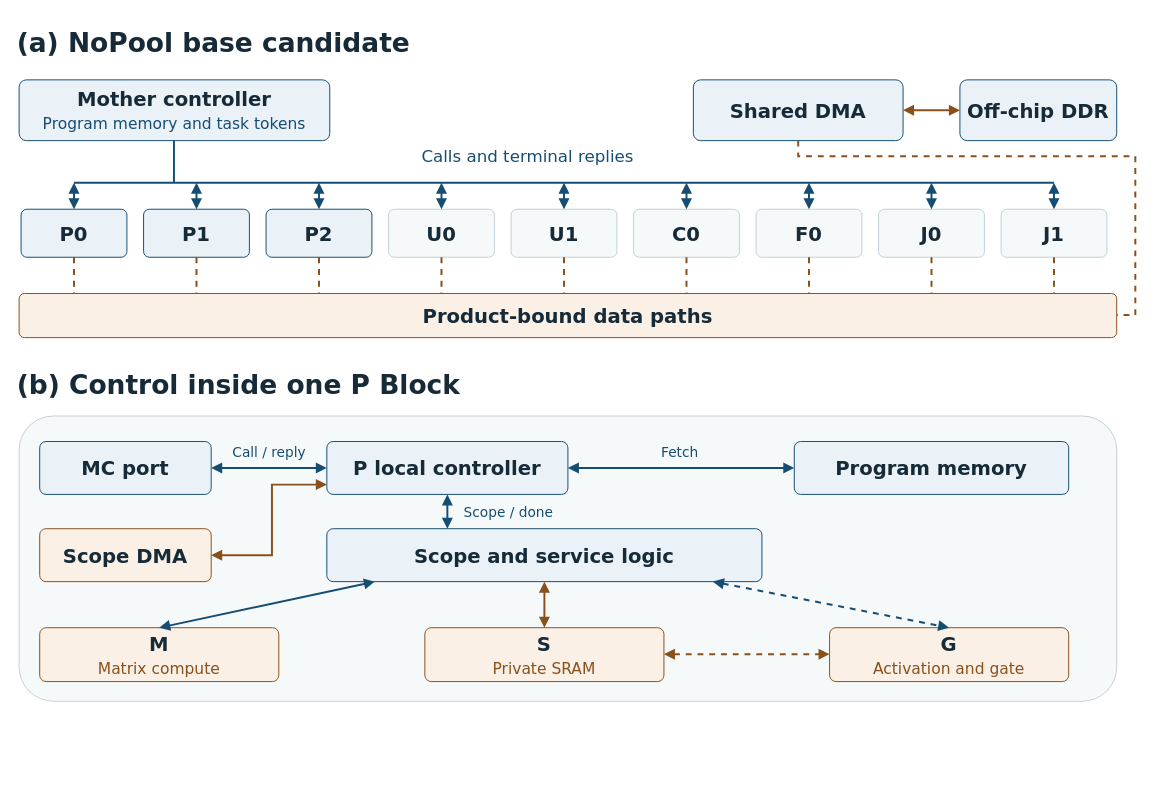
Earlier version of the draw.io diagram page "1 - Base and P control" (1 of 2) of docs/papers/dac-control/control-figures.drawio (rayggxia-workspace/LLMHardwareDesign). Source tidied: cells renumbered, new cells numbered last; positions are measured from the earlier drawing's top-left corner, leaving out a move shared by most shapes. Both pictures are drawn from the tidied source at 98%, with x=0, y=0 at pixel (17, 17).
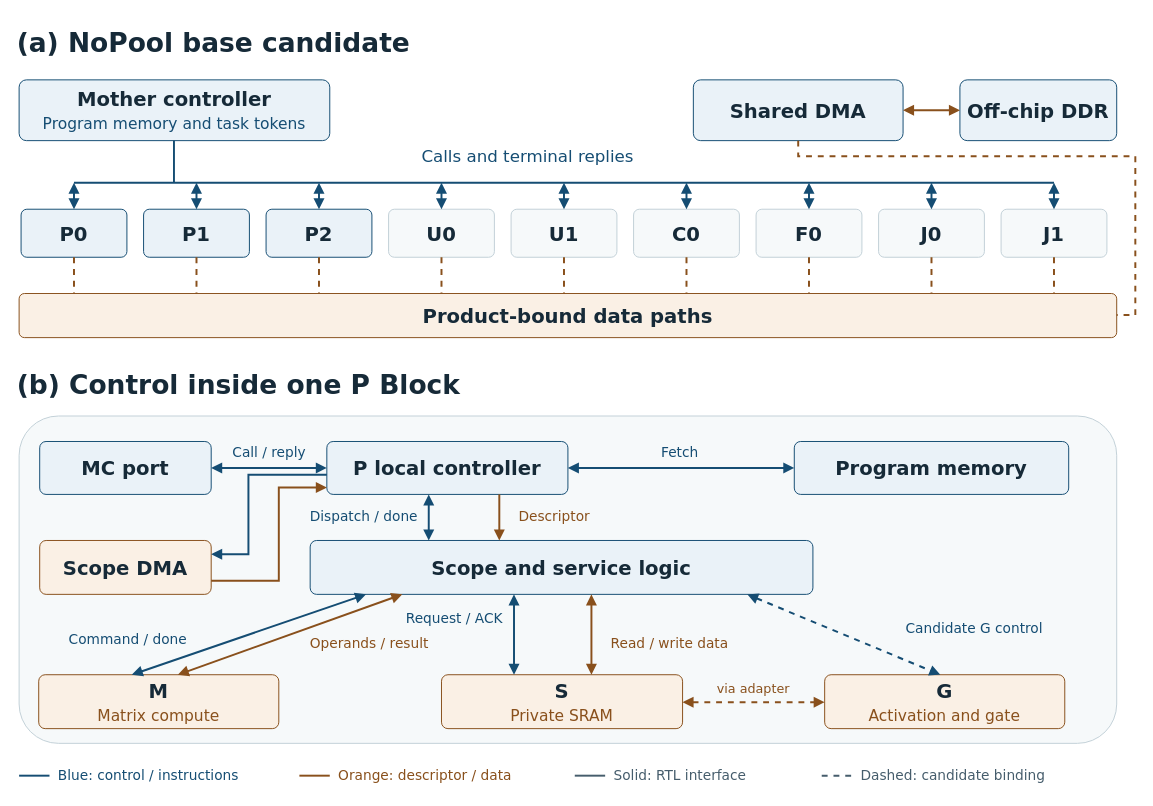
Above is the later version.

Commit message (it also covers changes not shown here):
Clarify control diagram links and compare U FMA mappings

Unchanged cells that the change refers to:
```xml
<mxCell id="42" value="&lt;b&gt;P local controller&lt;/b&gt;" style="rounded=1;arcSize=12;whiteSpace=wrap;html=1;align=center;verticalAlign=middle;strokeColor=#154D73;fillColor=#EAF2F8;fontColor=#162A38;fontFamily=DejaVu Sans;fontSize=20;spacing=0;" parent="1" vertex="1">
  <mxGeometry x="316" y="433" width="246" height="54" as="geometry" />
</mxCell>
```

Change to the diagram source:
```diff
@@
     <mxCell id="40" value="&lt;b&gt;&lt;/b&gt;" style="rounded=1;arcSize=12;whiteSpace=wrap;html=1;align=center;verticalAlign=middle;strokeColor=#C2D0D8;fillColor=#F6F9FA;fontColor=#162A38;fontFamily=DejaVu Sans;fontSize=20;spacing=0;" parent="1" vertex="1">
-      <mxGeometry x="2" y="407" width="1120" height="291" as="geometry" />
+      <mxGeometry x="2" y="407" width="1120" height="334" as="geometry" />
     </mxCell>
@@
     <mxCell id="48" value="&lt;b&gt;Scope DMA&lt;/b&gt;" style="rounded=1;arcSize=12;whiteSpace=wrap;html=1;align=center;verticalAlign=middle;strokeColor=#89501C;fillColor=#FAF0E5;fontColor=#162A38;fontFamily=DejaVu Sans;fontSize=20;spacing=0;" parent="1" vertex="1">
-      <mxGeometry x="23" y="522" width="175" height="54" as="geometry" />
+      <mxGeometry x="23" y="534" width="175" height="55" as="geometry" />
     </mxCell>
+    <mxCell id="60" style="edgeStyle=none;rounded=0;html=1;strokeColor=#154D73;strokeWidth=2;dashed=0;startArrow=none;endArrow=block;exitX=0;exitY=0.62963;exitPerimeter=0;entryX=1;entryY=0.254545;entryPerimeter=0;" parent="1" edge="1" source="42" target="48">
+      <mxGeometry relative="1" as="geometry">
+        <Array as="points">
+          <mxPoint x="236" y="467" />
+          <mxPoint x="236" y="548" />
+        </Array>
+      </mxGeometry>
+    </mxCell>
-    <mxCell id="49" style="edgeStyle=none;rounded=0;html=1;strokeColor=#89501C;strokeWidth=2;dashed=0;startArrow=block;endArrow=block;exitX=1;exitY=0.5;exitPerimeter=0;entryX=0;entryY=0.814815;entryPerimeter=0;" parent="1" edge="1" source="48" target="42">
+    <mxCell id="49" style="edgeStyle=none;rounded=0;html=1;strokeColor=#89501C;strokeWidth=2;dashed=0;startArrow=none;endArrow=block;exitX=1;exitY=0.745455;exitPerimeter=0;entryX=0;entryY=0.87037;entryPerimeter=0;" parent="1" edge="1" source="48" target="42">
       <mxGeometry relative="1" as="geometry">
         <Array as="points">
-          <mxPoint x="260" y="549" />
-          <mxPoint x="260" y="477" />
+          <mxPoint x="267" y="575" />
+          <mxPoint x="267" y="480" />
         </Array>
       </mxGeometry>
     </mxCell>
     <mxCell id="50" value="&lt;b&gt;Scope and service logic&lt;/b&gt;" style="rounded=1;arcSize=12;whiteSpace=wrap;html=1;align=center;verticalAlign=middle;strokeColor=#154D73;fillColor=#EAF2F8;fontColor=#162A38;fontFamily=DejaVu Sans;fontSize=20;spacing=0;" parent="1" vertex="1">
-      <mxGeometry x="316" y="522" width="444" height="54" as="geometry" />
+      <mxGeometry x="299" y="534" width="513" height="55" as="geometry" />
     </mxCell>
-    <mxCell id="51" style="edgeStyle=none;rounded=0;html=1;strokeColor=#154D73;strokeWidth=2;dashed=0;startArrow=block;endArrow=block;exitX=0.5;exitY=1;exitPerimeter=0;entryX=0.277027;entryY=0;entryPerimeter=0;" parent="1" edge="1" source="42" target="50">
+    <mxCell id="51" style="edgeStyle=none;rounded=0;html=1;strokeColor=#154D73;strokeWidth=2;dashed=0;startArrow=block;endArrow=block;exitX=0.422764;exitY=1;exitPerimeter=0;entryX=0.235867;entryY=0;entryPerimeter=0;" parent="1" edge="1" source="42" target="50">
       <mxGeometry relative="1" as="geometry" />
     </mxCell>
-    <mxCell id="52" value="Scope / done" style="text;html=1;align=left;verticalAlign=middle;spacing=0;overflow=visible;fontFamily=DejaVu Sans;fontSize=14;fontColor=#154D73;fontStyle=0;" parent="1" vertex="1">
-      <mxGeometry x="456" y="492" width="125" height="28" as="geometry" />
+    <mxCell id="52" value="Dispatch / done" style="text;html=1;align=left;verticalAlign=middle;spacing=0;overflow=visible;fontFamily=DejaVu Sans;fontSize=14;fontColor=#154D73;fontStyle=0;" parent="1" vertex="1">
+      <mxGeometry x="299" y="496" width="115" height="28" as="geometry" />
     </mxCell>
+    <mxCell id="61" style="edgeStyle=none;rounded=0;html=1;strokeColor=#89501C;strokeWidth=2;dashed=0;startArrow=none;endArrow=block;exitX=0.715447;exitY=1;exitPerimeter=0;entryX=0.376218;entryY=0;entryPerimeter=0;" parent="1" edge="1" source="42" target="50">
+      <mxGeometry relative="1" as="geometry" />
+    </mxCell>
+    <mxCell id="62" value="Descriptor" style="text;html=1;align=left;verticalAlign=middle;spacing=0;overflow=visible;fontFamily=DejaVu Sans;fontSize=14;fontColor=#89501C;fontStyle=0;" parent="1" vertex="1">
+      <mxGeometry x="512" y="496" width="115" height="28" as="geometry" />
+    </mxCell>
     <mxCell id="53" value="&lt;b&gt;M&lt;/b&gt;&lt;br&gt;&lt;span style=&quot;font-size:15.8px;color:#89501C&quot;&gt;Matrix compute&lt;/span&gt;" style="rounded=1;arcSize=12;whiteSpace=wrap;html=1;align=center;verticalAlign=middle;strokeColor=#89501C;fillColor=#FAF0E5;fontColor=#162A38;fontFamily=DejaVu Sans;fontSize=20;spacing=0;" parent="1" vertex="1">
-      <mxGeometry x="23" y="623" width="244" height="55" as="geometry" />
+      <mxGeometry x="22" y="671" width="245" height="55" as="geometry" />
     </mxCell>
     <mxCell id="54" value="&lt;b&gt;S&lt;/b&gt;&lt;br&gt;&lt;span style=&quot;font-size:15.8px;color:#89501C&quot;&gt;Private SRAM&lt;/span&gt;" style="rounded=1;arcSize=12;whiteSpace=wrap;html=1;align=center;verticalAlign=middle;strokeColor=#89501C;fillColor=#FAF0E5;fontColor=#162A38;fontFamily=DejaVu Sans;fontSize=20;spacing=0;" parent="1" vertex="1">
-      <mxGeometry x="416" y="623" width="244" height="55" as="geometry" />
+      <mxGeometry x="433" y="671" width="246" height="55" as="geometry" />
     </mxCell>
     <mxCell id="55" value="&lt;b&gt;G&lt;/b&gt;&lt;br&gt;&lt;span style=&quot;font-size:15.8px;color:#89501C&quot;&gt;Activation and gate&lt;/span&gt;" style="rounded=1;arcSize=12;whiteSpace=wrap;html=1;align=center;verticalAlign=middle;strokeColor=#89501C;fillColor=#FAF0E5;fontColor=#162A38;fontFamily=DejaVu Sans;fontSize=20;spacing=0;" parent="1" vertex="1">
-      <mxGeometry x="829" y="623" width="244" height="55" as="geometry" />
+      <mxGeometry x="824" y="671" width="245" height="55" as="geometry" />
     </mxCell>
-    <mxCell id="56" style="edgeStyle=none;rounded=0;html=1;strokeColor=#154D73;strokeWidth=2;dashed=0;startArrow=block;endArrow=block;exitX=0.11036;exitY=1;exitPerimeter=0;entryX=0.5;entryY=0;entryPerimeter=0;" parent="1" edge="1" source="50" target="53">
+    <mxCell id="56" style="edgeStyle=none;rounded=0;html=1;strokeColor=#154D73;strokeWidth=2;dashed=0;startArrow=block;endArrow=block;exitX=0.111111;exitY=1;exitPerimeter=0;entryX=0.387755;entryY=0;entryPerimeter=0;" parent="1" edge="1" source="50" target="53">
       <mxGeometry relative="1" as="geometry" />
     </mxCell>
+    <mxCell id="63" value="Command / done" style="text;html=1;align=left;verticalAlign=middle;spacing=0;overflow=visible;fontFamily=DejaVu Sans;fontSize=14;fontColor=#154D73;fontStyle=0;" parent="1" vertex="1">
+      <mxGeometry x="53" y="621" width="140" height="28" as="geometry" />
+    </mxCell>
+    <mxCell id="64" style="edgeStyle=none;rounded=0;html=1;strokeColor=#89501C;strokeWidth=2;dashed=0;startArrow=block;endArrow=block;exitX=0.183236;exitY=1;exitPerimeter=0;entryX=0.579592;entryY=0;entryPerimeter=0;" parent="1" edge="1" source="50" target="53">
+      <mxGeometry relative="1" as="geometry" />
+    </mxCell>
+    <mxCell id="65" value="Operands / result" style="text;html=1;align=left;verticalAlign=middle;spacing=0;overflow=visible;fontFamily=DejaVu Sans;fontSize=14;fontColor=#89501C;fontStyle=0;" parent="1" vertex="1">
+      <mxGeometry x="299" y="625" width="132" height="28" as="geometry" />
+    </mxCell>
-    <mxCell id="57" style="edgeStyle=none;rounded=0;html=1;strokeColor=#89501C;strokeWidth=2;dashed=0;startArrow=block;endArrow=block;exitX=0.5;exitY=1;exitPerimeter=0;entryX=0.5;entryY=0;entryPerimeter=0;" parent="1" edge="1" source="50" target="54">
+    <mxCell id="57" style="edgeStyle=none;rounded=0;html=1;strokeColor=#154D73;strokeWidth=2;dashed=0;startArrow=block;endArrow=block;exitX=0.405458;exitY=1;exitPerimeter=0;entryX=0.300813;entryY=0;entryPerimeter=0;" parent="1" edge="1" source="50" target="54">
       <mxGeometry relative="1" as="geometry" />
     </mxCell>
+    <mxCell id="66" value="Request / ACK" style="text;html=1;align=left;verticalAlign=middle;spacing=0;overflow=visible;fontFamily=DejaVu Sans;fontSize=14;fontColor=#154D73;fontStyle=0;" parent="1" vertex="1">
+      <mxGeometry x="397" y="600" width="105" height="28" as="geometry" />
+    </mxCell>
+    <mxCell id="67" style="edgeStyle=none;rounded=0;html=1;strokeColor=#89501C;strokeWidth=2;dashed=0;startArrow=block;endArrow=block;exitX=0.559454;exitY=1;exitPerimeter=0;entryX=0.621951;entryY=0;entryPerimeter=0;" parent="1" edge="1" source="50" target="54">
+      <mxGeometry relative="1" as="geometry" />
+    </mxCell>
+    <mxCell id="68" value="Read / write data" style="text;html=1;align=left;verticalAlign=middle;spacing=0;overflow=visible;fontFamily=DejaVu Sans;fontSize=14;fontColor=#89501C;fontStyle=0;" parent="1" vertex="1">
+      <mxGeometry x="606" y="625" width="132" height="28" as="geometry" />
+    </mxCell>
-    <mxCell id="58" style="edgeStyle=none;rounded=0;html=1;strokeColor=#154D73;strokeWidth=2;dashed=1;startArrow=block;endArrow=block;exitX=0.887387;exitY=1;exitPerimeter=0;entryX=0.5;entryY=0;entryPerimeter=0;" parent="1" edge="1" source="50" target="55">
+    <mxCell id="58" style="edgeStyle=none;rounded=0;html=1;strokeColor=#154D73;strokeWidth=2;dashed=1;startArrow=block;endArrow=block;exitX=0.869396;exitY=1;exitPerimeter=0;entryX=0.481633;entryY=0;entryPerimeter=0;" parent="1" edge="1" source="50" target="55">
       <mxGeometry relative="1" as="geometry" />
     </mxCell>
+    <mxCell id="69" value="Candidate G control" style="text;html=1;align=left;verticalAlign=middle;spacing=0;overflow=visible;fontFamily=DejaVu Sans;fontSize=14;fontColor=#154D73;fontStyle=0;" parent="1" vertex="1">
+      <mxGeometry x="907" y="610" width="156" height="28" as="geometry" />
+    </mxCell>
-    <mxCell id="59" style="edgeStyle=none;rounded=0;html=1;strokeColor=#89501C;strokeWidth=2;dashed=1;startArrow=block;endArrow=block;exitX=1;exitY=0.490909;exitPerimeter=0;entryX=0;entryY=0.490909;entryPerimeter=0;" parent="1" edge="1" source="54" target="55">
+    <mxCell id="59" style="edgeStyle=none;rounded=0;html=1;strokeColor=#89501C;strokeWidth=2;dashed=1;startArrow=block;endArrow=block;exitX=1;exitY=0.509091;exitPerimeter=0;entryX=0;entryY=0.509091;entryPerimeter=0;" parent="1" edge="1" source="54" target="55">
       <mxGeometry relative="1" as="geometry" />
     </mxCell>
+    <mxCell id="70" value="via adapter" style="text;html=1;align=center;verticalAlign=middle;spacing=0;overflow=visible;fontFamily=DejaVu Sans;fontSize=13;fontColor=#89501C;fontStyle=0;" parent="1" vertex="1">
+      <mxGeometry x="701" y="672" width="100" height="26" as="geometry" />
+    </mxCell>
+    <mxCell id="71" style="edgeStyle=none;rounded=0;html=1;strokeColor=#154D73;strokeWidth=2;dashed=0;startArrow=none;endArrow=none;" parent="1" edge="1">
+      <mxGeometry relative="1" as="geometry">
+        <mxPoint x="2" y="774" as="sourcePoint" />
+        <mxPoint x="33" y="774" as="targetPoint" />
+      </mxGeometry>
+    </mxCell>
+    <mxCell id="72" value="Blue: control / instructions" style="text;html=1;align=left;verticalAlign=middle;spacing=0;overflow=visible;fontFamily=DejaVu Sans;fontSize=14;fontColor=#154D73;fontStyle=0;" parent="1" vertex="1">
+      <mxGeometry x="42" y="760" width="234" height="28" as="geometry" />
+    </mxCell>
+    <mxCell id="73" style="edgeStyle=none;rounded=0;html=1;strokeColor=#89501C;strokeWidth=2;dashed=0;startArrow=none;endArrow=none;" parent="1" edge="1">
+      <mxGeometry relative="1" as="geometry">
+        <mxPoint x="288" y="774" as="sourcePoint" />
+        <mxPoint x="319" y="774" as="targetPoint" />
+      </mxGeometry>
+    </mxCell>
+    <mxCell id="74" value="Orange: descriptor / data" style="text;html=1;align=left;verticalAlign=middle;spacing=0;overflow=visible;fontFamily=DejaVu Sans;fontSize=14;fontColor=#89501C;fontStyle=0;" parent="1" vertex="1">
+      <mxGeometry x="328" y="760" width="234" height="28" as="geometry" />
+    </mxCell>
+    <mxCell id="75" style="edgeStyle=none;rounded=0;html=1;strokeColor=#465D6C;strokeWidth=2;dashed=0;startArrow=none;endArrow=none;" parent="1" edge="1">
+      <mxGeometry relative="1" as="geometry">
+        <mxPoint x="569" y="774" as="sourcePoint" />
+        <mxPoint x="600" y="774" as="targetPoint" />
+      </mxGeometry>
+    </mxCell>
+    <mxCell id="76" value="Solid: RTL interface" style="text;html=1;align=left;verticalAlign=middle;spacing=0;overflow=visible;fontFamily=DejaVu Sans;fontSize=14;fontColor=#465D6C;fontStyle=0;" parent="1" vertex="1">
+      <mxGeometry x="609" y="760" width="234" height="28" as="geometry" />
+    </mxCell>
+    <mxCell id="77" style="edgeStyle=none;rounded=0;html=1;strokeColor=#465D6C;strokeWidth=2;dashed=1;startArrow=none;endArrow=none;" parent="1" edge="1">
+      <mxGeometry relative="1" as="geometry">
+        <mxPoint x="821" y="774" as="sourcePoint" />
+        <mxPoint x="852" y="774" as="targetPoint" />
+      </mxGeometry>
+    </mxCell>
+    <mxCell id="78" value="Dashed: candidate binding" style="text;html=1;align=left;verticalAlign=middle;spacing=0;overflow=visible;fontFamily=DejaVu Sans;fontSize=14;fontColor=#465D6C;fontStyle=0;" parent="1" vertex="1">
+      <mxGeometry x="861" y="760" width="234" height="28" as="geometry" />
+    </mxCell>
```
